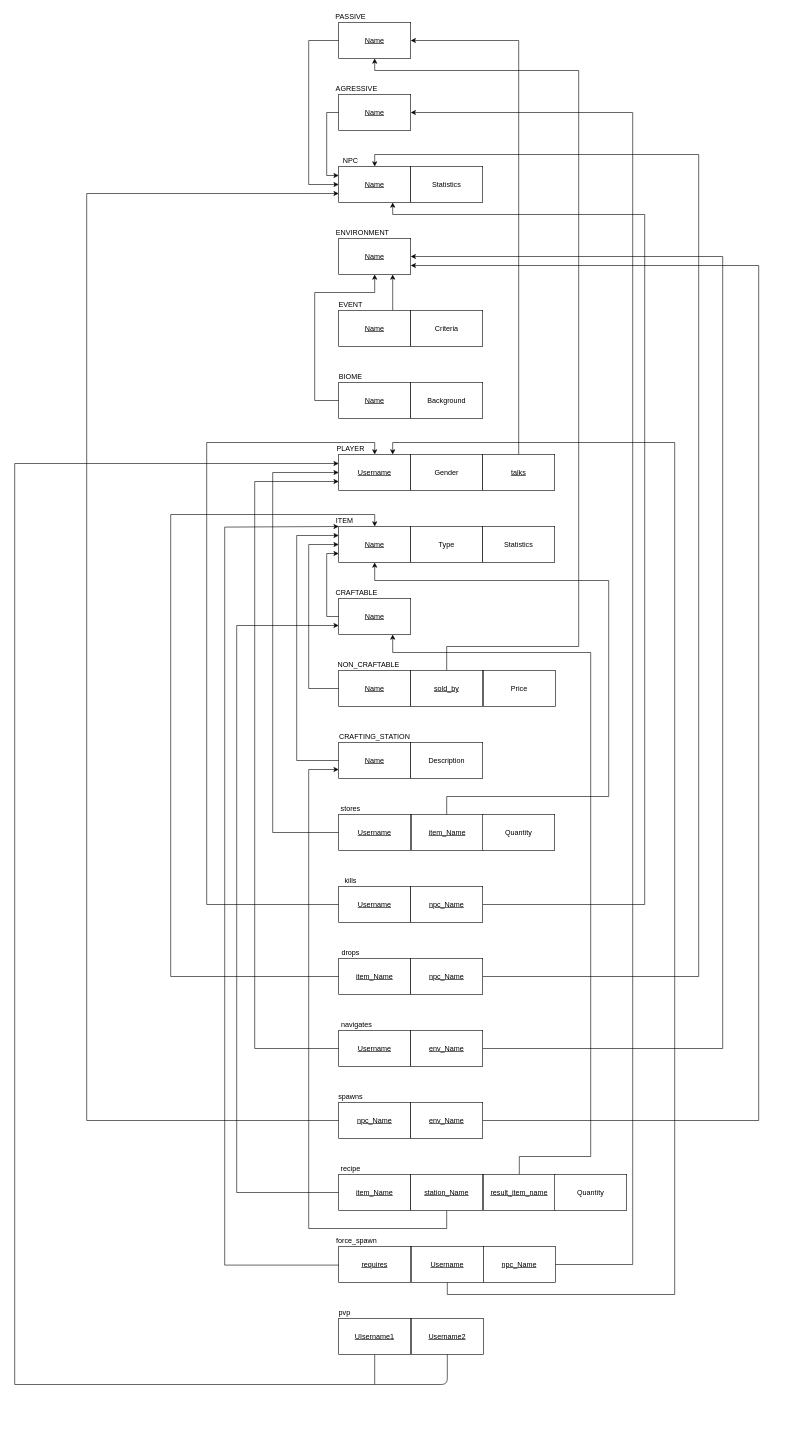
This is TerrariaMR.drawio from ahridesu/guioes-BD, a draw.io file, before an edit. Source tidied: cells renumbered, new cells numbered last; positions are measured from the earlier drawing's top-left corner, leaving out a move shared by most shapes. Both pictures are drawn from the tidied source at 60%, with x=0, y=0 at pixel (14, 10).
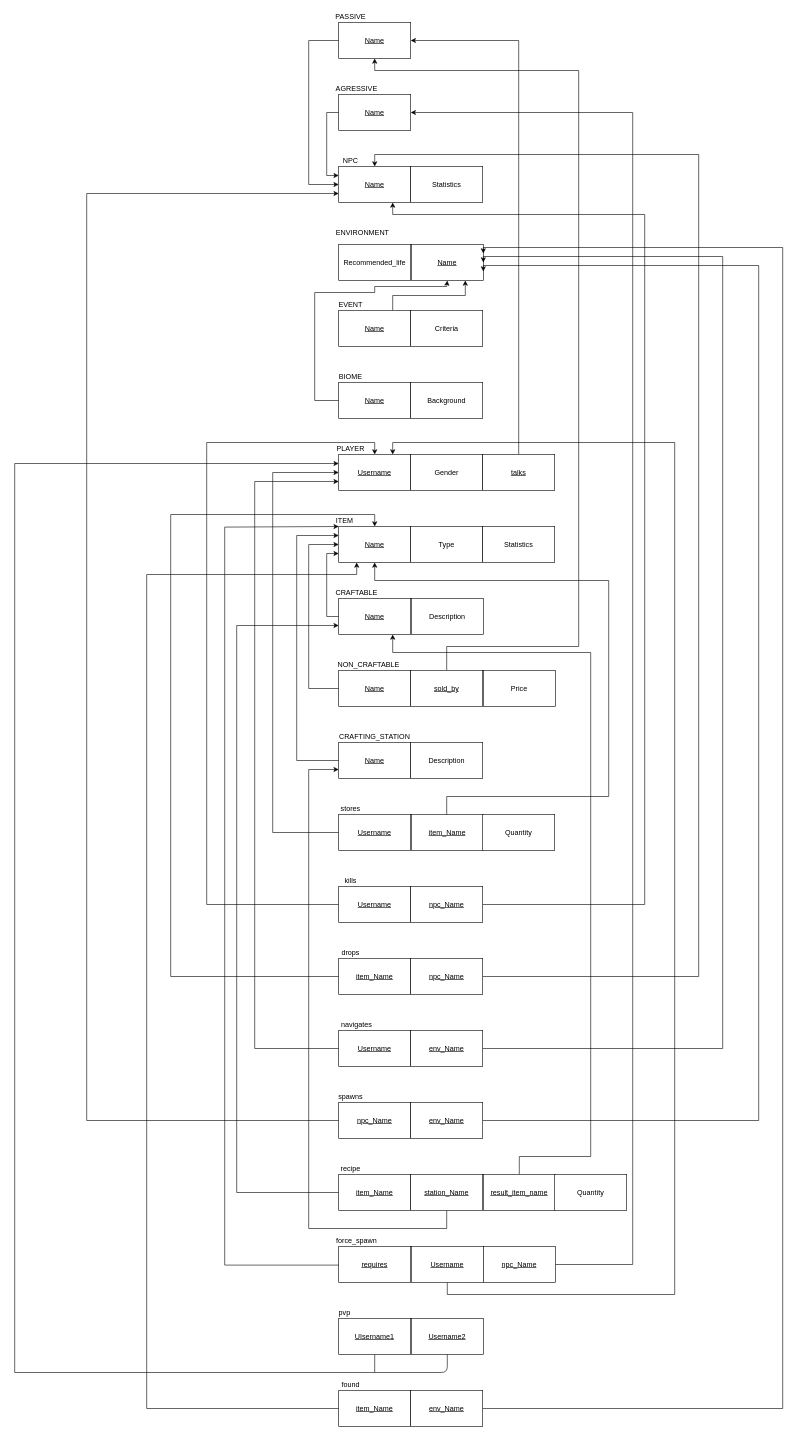
The same diagram, later.

Unchanged cells that the change refers to:
```xml
<mxCell id="8" value="&lt;u&gt;Name&lt;/u&gt;" style="rounded=0;whiteSpace=wrap;html=1;" parent="1" vertex="1">
  <mxGeometry x="540" y="620" width="120" height="60" as="geometry" />
</mxCell>
<mxCell id="12" value="&lt;u&gt;Username&lt;/u&gt;" style="rounded=0;whiteSpace=wrap;html=1;" parent="1" vertex="1">
  <mxGeometry x="540" y="740" width="120" height="60" as="geometry" />
</mxCell>
<mxCell id="26" value="&lt;u&gt;Name&lt;/u&gt;" style="rounded=0;whiteSpace=wrap;html=1;" parent="1" vertex="1">
  <mxGeometry x="540" y="860" width="120" height="60" as="geometry" />
</mxCell>
<mxCell id="84" value="&lt;u&gt;UIsername1&lt;/u&gt;" style="rounded=0;whiteSpace=wrap;html=1;" parent="1" vertex="1">
  <mxGeometry x="540" y="2180" width="120" height="60" as="geometry" />
</mxCell>
<mxCell id="85" value="&lt;u&gt;Username2&lt;/u&gt;" style="rounded=0;whiteSpace=wrap;html=1;" parent="1" vertex="1">
  <mxGeometry x="661" y="2180" width="120" height="60" as="geometry" />
</mxCell>
```

Diff of the diagram source:
```diff
@@
     <mxCell id="2" value="&lt;u&gt;Name&lt;/u&gt;" style="rounded=0;whiteSpace=wrap;html=1;" parent="1" vertex="1">
-      <mxGeometry x="540" y="380" width="120" height="60" as="geometry" />
+      <mxGeometry x="661" y="390" width="120" height="60" as="geometry" />
     </mxCell>
@@
     <mxCell id="7" style="edgeStyle=orthogonalEdgeStyle;rounded=0;jettySize=auto;html=1;exitX=0;exitY=0.5;exitDx=0;exitDy=0;entryX=0.5;entryY=1;entryDx=0;entryDy=0;" parent="1" edge="1" source="8" target="2">
       <mxGeometry relative="1" as="geometry">
         <Array as="points">
           <mxPoint x="500" y="650" />
           <mxPoint x="500" y="470" />
           <mxPoint x="600" y="470" />
+          <mxPoint x="600" y="460" />
+          <mxPoint x="720" y="460" />
         </Array>
       </mxGeometry>
     </mxCell>
@@
     <mxCell id="83" style="edgeStyle=orthogonalEdgeStyle;rounded=0;jettySize=auto;html=1;exitX=0.5;exitY=1;exitDx=0;exitDy=0;entryX=0;entryY=0.25;entryDx=0;entryDy=0;" parent="1" edge="1" source="84" target="12">
       <mxGeometry relative="1" as="geometry">
         <Array as="points">
-          <mxPoint x="600" y="2290" />
-          <mxPoint y="2290" />
+          <mxPoint x="600" y="2270" />
+          <mxPoint y="2270" />
           <mxPoint y="755" />
         </Array>
       </mxGeometry>
     </mxCell>
@@
     <mxCell id="87" style="endArrow=none;html=1;entryX=0.5;entryY=1;entryDx=0;entryDy=0;" parent="1" edge="1" target="85">
       <mxGeometry relative="1" as="geometry">
-        <mxPoint x="600" y="2290" as="sourcePoint" />
+        <mxPoint x="600" y="2270" as="sourcePoint" />
         <Array as="points">
-          <mxPoint x="721" y="2290" />
+          <mxPoint x="721" y="2270" />
         </Array>
       </mxGeometry>
     </mxCell>
@@
+    <mxCell id="89" value="Description" style="rounded=0;whiteSpace=wrap;html=1;" parent="1" vertex="1">
+      <mxGeometry x="661" y="980" width="120" height="60" as="geometry" />
+    </mxCell>
+    <mxCell id="90" style="edgeStyle=orthogonalEdgeStyle;rounded=0;jettySize=auto;html=1;exitX=0;exitY=0.5;exitDx=0;exitDy=0;entryX=0.25;entryY=1;entryDx=0;entryDy=0;" parent="1" edge="1" source="91" target="26">
+      <mxGeometry relative="1" as="geometry">
+        <Array as="points">
+          <mxPoint x="220" y="2330" />
+          <mxPoint x="220" y="940" />
+          <mxPoint x="570" y="940" />
+        </Array>
+      </mxGeometry>
+    </mxCell>
+    <mxCell id="91" value="&lt;u&gt;item_Name&lt;/u&gt;" style="rounded=0;whiteSpace=wrap;html=1;" parent="1" vertex="1">
+      <mxGeometry x="540" y="2300" width="120" height="60" as="geometry" />
+    </mxCell>
+    <mxCell id="92" style="edgeStyle=orthogonalEdgeStyle;rounded=0;jettySize=auto;html=1;exitX=1;exitY=0.5;exitDx=0;exitDy=0;entryX=1;entryY=0.25;entryDx=0;entryDy=0;" parent="1" edge="1" source="93" target="2">
+      <mxGeometry relative="1" as="geometry">
+        <Array as="points">
+          <mxPoint x="1280" y="2330" />
+          <mxPoint x="1280" y="395" />
+        </Array>
+      </mxGeometry>
+    </mxCell>
+    <mxCell id="93" value="&lt;u&gt;env_Name&lt;/u&gt;" style="rounded=0;whiteSpace=wrap;html=1;" parent="1" vertex="1">
+      <mxGeometry x="660" y="2300" width="120" height="60" as="geometry" />
+    </mxCell>
+    <mxCell id="94" value="found " style="text;html=1;strokeColor=none;fillColor=none;align=center;verticalAlign=middle;whiteSpace=wrap;rounded=0;" parent="1" vertex="1">
+      <mxGeometry x="540" y="2280" width="40" height="20" as="geometry" />
+    </mxCell>
+    <mxCell id="95" value="Recommended_life" style="rounded=0;whiteSpace=wrap;html=1;" parent="1" vertex="1">
+      <mxGeometry x="540" y="390" width="120" height="60" as="geometry" />
+    </mxCell>
```
